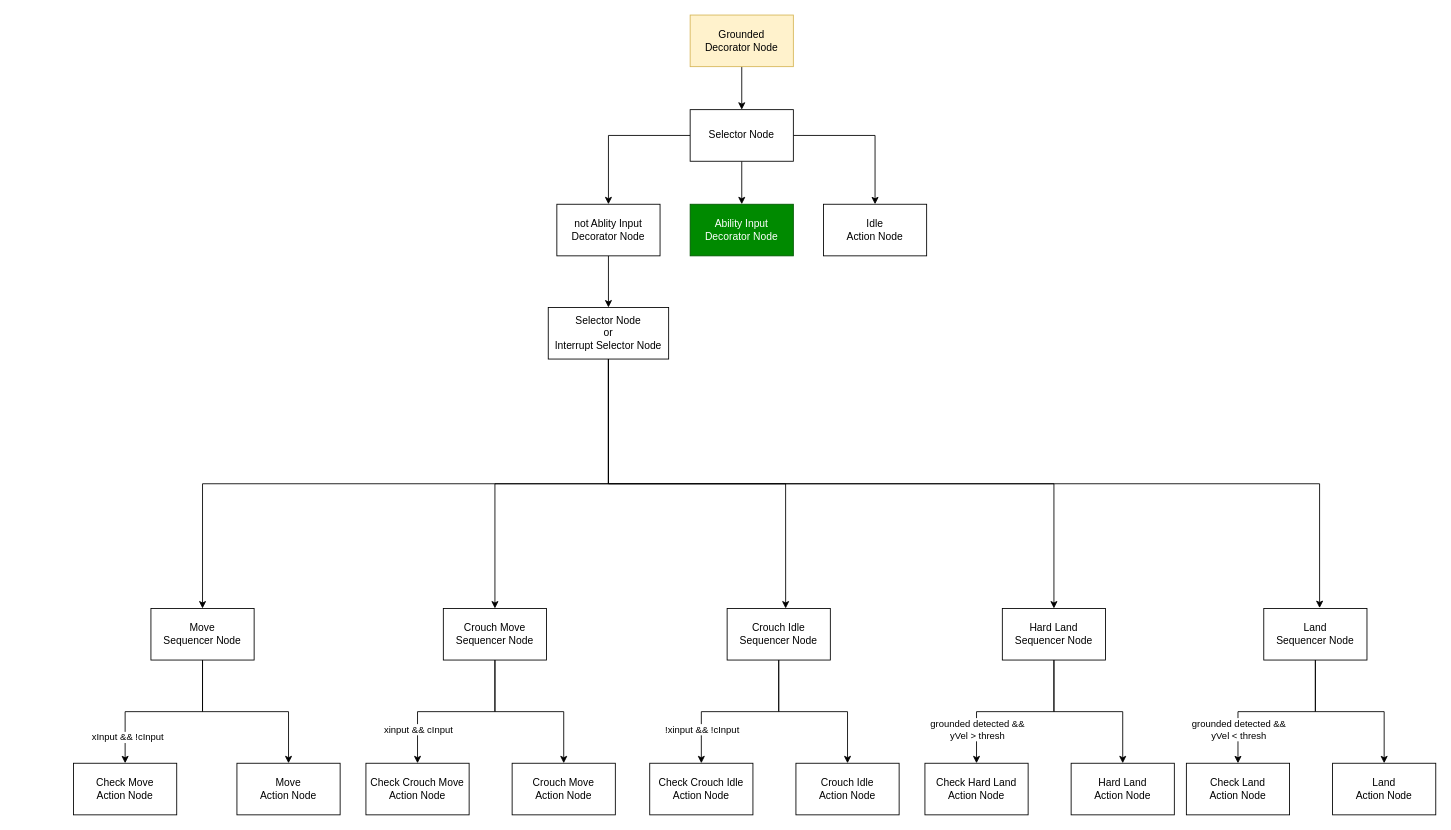
The draw.io diagram InputSystem/Grounded BT Part.drawio in BigLazyET/unity-flow, before the edit. Source tidied: cells renumbered, new cells numbered last; positions are measured from the earlier drawing's top-left corner, leaving out a move shared by most shapes. Both pictures are drawn from the tidied source at 86%, with x=0, y=0 at pixel (73, 15).
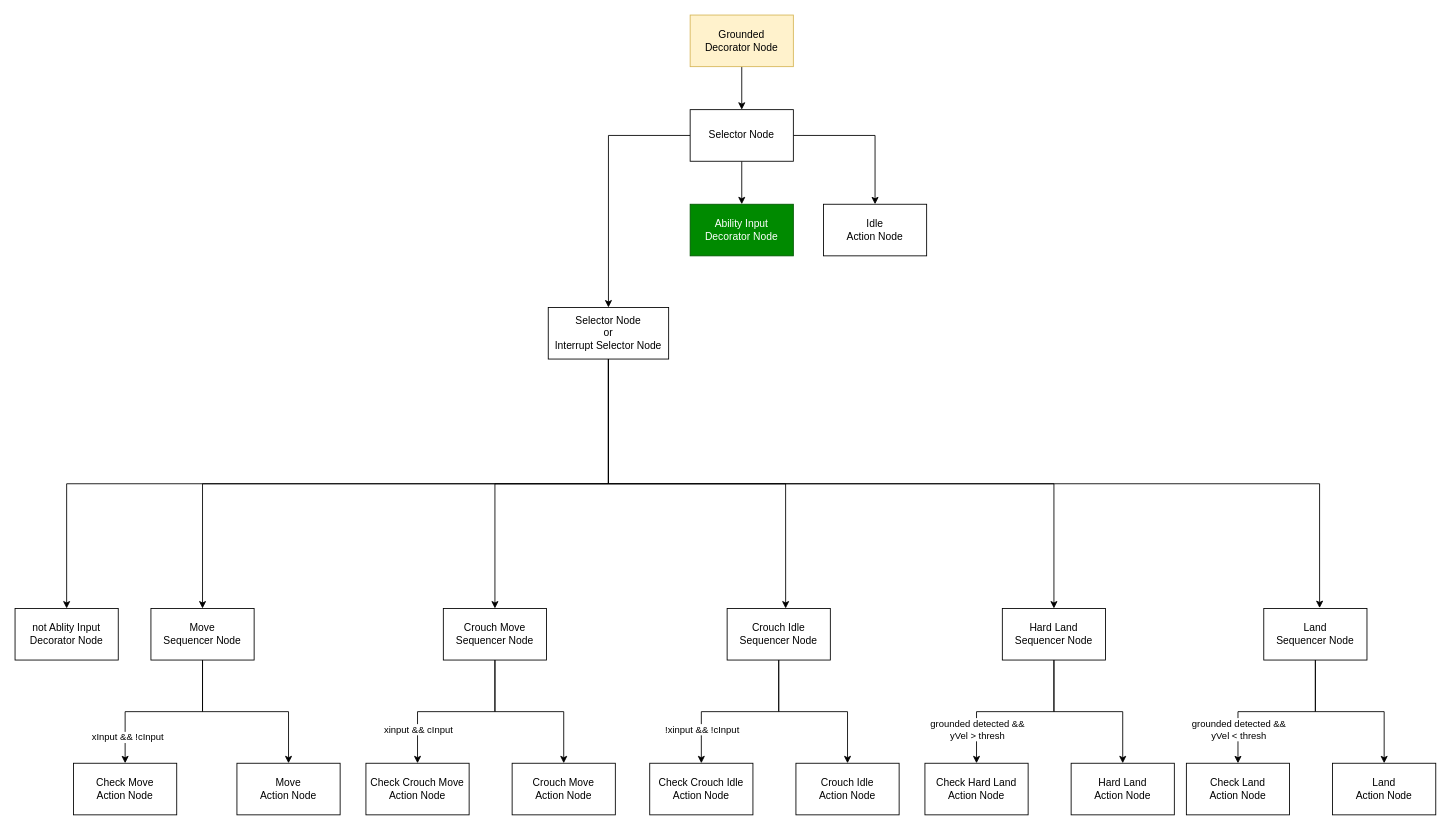
The same diagram, later.

Commit message (it also covers changes not shown here):
Player Behavior Tree

The change refers to these unchanged cells:
```xml
<mxCell id="26" value="Selector Node&lt;div&gt;or&lt;/div&gt;&lt;div&gt;Interrupt Selector Node&lt;/div&gt;" style="rounded=0;whiteSpace=wrap;html=1;" parent="1" vertex="1">
  <mxGeometry x="552" y="340" width="140" height="60" as="geometry" />
</mxCell>
<mxCell id="44" value="Selector Node" style="rounded=0;whiteSpace=wrap;html=1;" parent="1" vertex="1">
  <mxGeometry x="717" y="110" width="120" height="60" as="geometry" />
</mxCell>
```

Change to the diagram source:
```diff
@@
+    <mxCell id="48" style="edgeStyle=orthogonalEdgeStyle;rounded=0;jettySize=auto;html=1;exitX=0.5;exitY=1;exitDx=0;exitDy=0;entryX=0.5;entryY=0;entryDx=0;entryDy=0;" parent="1" edge="1" source="26" target="46">
+      <mxGeometry relative="1" as="geometry" />
+    </mxCell>
@@
-    <mxCell id="41" style="edgeStyle=orthogonalEdgeStyle;rounded=0;jettySize=auto;html=1;entryX=0.5;entryY=0;entryDx=0;entryDy=0;" parent="1" edge="1" source="44" target="46">
+    <mxCell id="41" style="edgeStyle=orthogonalEdgeStyle;rounded=0;jettySize=auto;html=1;entryX=0.5;entryY=0;entryDx=0;entryDy=0;" parent="1" edge="1" source="44" target="26">
       <mxGeometry relative="1" as="geometry" />
     </mxCell>
@@
-    <mxCell id="45" style="edgeStyle=orthogonalEdgeStyle;rounded=0;jettySize=auto;html=1;" parent="1" edge="1" source="46" target="26">
-      <mxGeometry relative="1" as="geometry" />
-    </mxCell>
+    <mxCell id="47" value="&lt;div&gt;Ability Input&lt;/div&gt;&lt;div&gt;Decorator Node&lt;/div&gt;" style="rounded=0;whiteSpace=wrap;html=1;fillColor=#008a00;strokeColor=#005700;fontColor=#ffffff;" parent="1" vertex="1">
+      <mxGeometry x="717" y="220" width="120" height="60" as="geometry" />
+    </mxCell>
     <mxCell id="46" value="not Ablity Input&lt;div&gt;Decorator Node&lt;/div&gt;" style="rounded=0;whiteSpace=wrap;html=1;" parent="1" vertex="1">
-      <mxGeometry x="562" y="220" width="120" height="60" as="geometry" />
+      <mxGeometry x="-68" y="690" width="120" height="60" as="geometry" />
     </mxCell>
-    <mxCell id="47" value="&lt;div&gt;Ability Input&lt;/div&gt;&lt;div&gt;Decorator Node&lt;/div&gt;" style="rounded=0;whiteSpace=wrap;html=1;fillColor=#008a00;strokeColor=#005700;fontColor=#ffffff;" parent="1" vertex="1">
-      <mxGeometry x="717" y="220" width="120" height="60" as="geometry" />
-    </mxCell>
```
